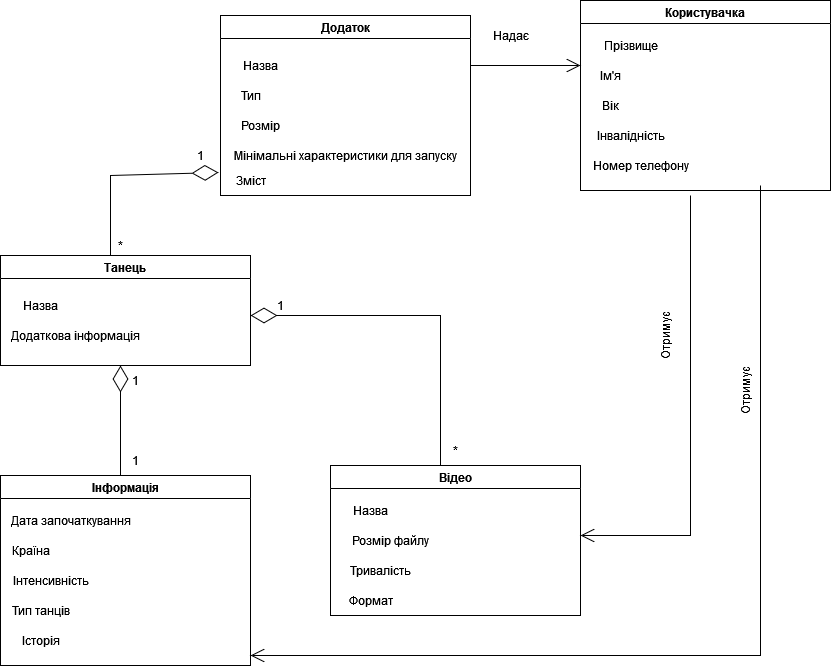
The draw.io diagram 2-SoftwareDesign/2.1-UMLConceptClasses/Диаграмма без названия.drawio.png in oleksandrblazhko/eai205-shapovalova, before a commit. Source tidied: cells renumbered, new cells last; positions are measured from the earlier drawing's top-left corner, leaving out a move shared by most shapes. Source of this version:
```xml
<mxGraphModel>
  <root>
    <mxCell id="0" />
    <mxCell id="1" parent="0" />
    <mxCell id="2" value="Додаток" style="swimlane;" parent="1" vertex="1">
      <mxGeometry x="220" y="15" width="250" height="180" as="geometry" />
    </mxCell>
    <mxCell id="3" value="Тип" style="text;html=1;align=center;verticalAlign=middle;strokeColor=none;fillColor=none;" parent="2" vertex="1">
      <mxGeometry x="10" y="65" width="40" height="30" as="geometry" />
    </mxCell>
    <mxCell id="4" value="Розмір" style="text;html=1;align=center;verticalAlign=middle;strokeColor=none;fillColor=none;" parent="2" vertex="1">
      <mxGeometry x="10" y="95" width="60" height="30" as="geometry" />
    </mxCell>
    <mxCell id="5" value="Мінімальні характеристики для запуску" style="text;html=1;align=center;verticalAlign=middle;points=[];strokeColor=none;fillColor=none;" parent="2" vertex="1">
      <mxGeometry y="125" width="250" height="30" as="geometry" />
    </mxCell>
    <mxCell id="6" value="Зміст" style="text;html=1;align=center;verticalAlign=middle;strokeColor=none;fillColor=none;" parent="2" vertex="1">
      <mxGeometry x="5" y="150" width="50" height="30" as="geometry" />
    </mxCell>
    <mxCell id="7" value="Назва" style="text;html=1;align=center;verticalAlign=middle;strokeColor=none;fillColor=none;" parent="1" vertex="1">
      <mxGeometry x="230" y="50" width="60" height="30" as="geometry" />
    </mxCell>
    <mxCell id="8" value="Танець" style="swimlane;" parent="1" vertex="1">
      <mxGeometry y="255" width="250" height="110" as="geometry" />
    </mxCell>
    <mxCell id="9" value="Додаткова інформація" style="text;html=1;align=center;verticalAlign=middle;strokeColor=none;fillColor=none;" parent="8" vertex="1">
      <mxGeometry y="65" width="150" height="30" as="geometry" />
    </mxCell>
    <mxCell id="10" value="Назва" style="text;html=1;align=center;verticalAlign=middle;strokeColor=none;fillColor=none;" parent="1" vertex="1">
      <mxGeometry x="10" y="290" width="60" height="30" as="geometry" />
    </mxCell>
    <mxCell id="11" value="Інформація" style="swimlane;" parent="1" vertex="1">
      <mxGeometry y="475" width="250" height="190" as="geometry" />
    </mxCell>
    <mxCell id="12" value="Дата започаткування" style="text;html=1;align=center;verticalAlign=middle;strokeColor=none;fillColor=none;" parent="11" vertex="1">
      <mxGeometry y="30" width="140" height="30" as="geometry" />
    </mxCell>
    <mxCell id="13" value="Країна" style="text;html=1;align=center;verticalAlign=middle;strokeColor=none;fillColor=none;" parent="11" vertex="1">
      <mxGeometry y="60" width="60" height="30" as="geometry" />
    </mxCell>
    <mxCell id="14" value="Інтенсивність" style="text;html=1;align=center;verticalAlign=middle;strokeColor=none;fillColor=none;" parent="11" vertex="1">
      <mxGeometry y="90" width="100" height="30" as="geometry" />
    </mxCell>
    <mxCell id="15" value="Тип танців" style="text;html=1;align=center;verticalAlign=middle;strokeColor=none;fillColor=none;" parent="11" vertex="1">
      <mxGeometry y="120" width="80" height="30" as="geometry" />
    </mxCell>
    <mxCell id="16" value="Історія" style="text;html=1;align=center;verticalAlign=middle;strokeColor=none;fillColor=none;" parent="11" vertex="1">
      <mxGeometry x="10" y="150" width="60" height="30" as="geometry" />
    </mxCell>
    <mxCell id="17" style="endArrow=diamondThin;endFill=0;endSize=24;html=1;rounded=0;" parent="1" edge="1">
      <mxGeometry relative="1" as="geometry">
        <mxPoint x="120" y="475" as="sourcePoint" />
        <mxPoint x="120" y="365" as="targetPoint" />
      </mxGeometry>
    </mxCell>
    <mxCell id="18" value="Користувачка" style="swimlane;" parent="1" vertex="1">
      <mxGeometry x="580" width="250" height="190" as="geometry" />
    </mxCell>
    <mxCell id="19" value="Прізвище" style="text;html=1;align=center;verticalAlign=middle;strokeColor=none;fillColor=none;" parent="18" vertex="1">
      <mxGeometry x="10" y="30" width="80" height="30" as="geometry" />
    </mxCell>
    <mxCell id="20" value="Ім'я" style="text;html=1;align=center;verticalAlign=middle;strokeColor=none;fillColor=none;" parent="18" vertex="1">
      <mxGeometry x="10" y="60" width="40" height="30" as="geometry" />
    </mxCell>
    <mxCell id="21" value="Вік" style="text;html=1;align=center;verticalAlign=middle;strokeColor=none;fillColor=none;" parent="18" vertex="1">
      <mxGeometry x="10" y="90" width="40" height="30" as="geometry" />
    </mxCell>
    <mxCell id="22" value="Інвалідність" style="text;html=1;align=center;verticalAlign=middle;strokeColor=none;fillColor=none;" parent="18" vertex="1">
      <mxGeometry x="5" y="120" width="90" height="30" as="geometry" />
    </mxCell>
    <mxCell id="23" value="Номер телефону" style="text;html=1;align=center;verticalAlign=middle;strokeColor=none;fillColor=none;" parent="18" vertex="1">
      <mxGeometry y="150" width="120" height="30" as="geometry" />
    </mxCell>
    <mxCell id="24" value="Відео" style="swimlane;" parent="1" vertex="1">
      <mxGeometry x="330" y="465" width="250" height="150" as="geometry" />
    </mxCell>
    <mxCell id="25" value="Назва" style="text;html=1;align=center;verticalAlign=middle;strokeColor=none;fillColor=none;" parent="24" vertex="1">
      <mxGeometry x="10" y="30" width="60" height="30" as="geometry" />
    </mxCell>
    <mxCell id="26" value="Розмір файлу" style="text;html=1;align=center;verticalAlign=middle;strokeColor=none;fillColor=none;" parent="24" vertex="1">
      <mxGeometry x="10" y="60" width="100" height="30" as="geometry" />
    </mxCell>
    <mxCell id="27" value="Тривалість" style="text;html=1;align=center;verticalAlign=middle;strokeColor=none;fillColor=none;" parent="24" vertex="1">
      <mxGeometry x="10" y="90" width="80" height="30" as="geometry" />
    </mxCell>
    <mxCell id="28" value="Формат" style="text;html=1;align=center;verticalAlign=middle;strokeColor=none;fillColor=none;" parent="24" vertex="1">
      <mxGeometry x="5" y="120" width="70" height="30" as="geometry" />
    </mxCell>
    <mxCell id="29" style="endArrow=open;endFill=1;endSize=12;html=1;rounded=0;" parent="1" edge="1">
      <mxGeometry relative="1" as="geometry">
        <mxPoint x="470" y="65" as="sourcePoint" />
        <mxPoint x="580" y="65" as="targetPoint" />
      </mxGeometry>
    </mxCell>
    <mxCell id="30" value="Надає" style="text;html=1;align=center;verticalAlign=middle;strokeColor=none;fillColor=none;" parent="1" vertex="1">
      <mxGeometry x="480" y="20" width="60" height="30" as="geometry" />
    </mxCell>
    <mxCell id="31" style="endArrow=diamondThin;endFill=0;endSize=24;html=1;rounded=0;entryX=-0.008;entryY=1.067;entryDx=0;entryDy=0;entryPerimeter=0;" parent="1" edge="1" target="5">
      <mxGeometry relative="1" as="geometry">
        <mxPoint x="110" y="255" as="sourcePoint" />
        <Array as="points">
          <mxPoint x="110" y="175" />
        </Array>
      </mxGeometry>
    </mxCell>
    <mxCell id="32" style="endArrow=diamondThin;endFill=0;endSize=24;html=1;rounded=0;exitX=0.44;exitY=0;exitDx=0;exitDy=0;exitPerimeter=0;" parent="1" edge="1" source="24">
      <mxGeometry relative="1" as="geometry">
        <mxPoint x="250" y="315" as="targetPoint" />
        <Array as="points">
          <mxPoint x="440" y="315" />
        </Array>
      </mxGeometry>
    </mxCell>
    <mxCell id="33" value="1" style="text;html=1;align=center;verticalAlign=middle;strokeColor=none;fillColor=none;" parent="1" vertex="1">
      <mxGeometry x="120" y="445" width="30" height="30" as="geometry" />
    </mxCell>
    <mxCell id="34" value="1" style="text;html=1;align=center;verticalAlign=middle;strokeColor=none;fillColor=none;" parent="1" vertex="1">
      <mxGeometry x="120" y="365" width="30" height="30" as="geometry" />
    </mxCell>
    <mxCell id="35" value="*" style="text;html=1;align=center;verticalAlign=middle;strokeColor=none;fillColor=none;" parent="1" vertex="1">
      <mxGeometry x="440" y="435" width="30" height="30" as="geometry" />
    </mxCell>
    <mxCell id="36" value="1" style="text;html=1;align=center;verticalAlign=middle;strokeColor=none;fillColor=none;" parent="1" vertex="1">
      <mxGeometry x="265" y="290" width="30" height="30" as="geometry" />
    </mxCell>
    <mxCell id="37" value="1" style="text;html=1;align=center;verticalAlign=middle;strokeColor=none;fillColor=none;" parent="1" vertex="1">
      <mxGeometry x="185" y="140" width="30" height="30" as="geometry" />
    </mxCell>
    <mxCell id="38" value="*" style="text;html=1;align=center;verticalAlign=middle;strokeColor=none;fillColor=none;" parent="1" vertex="1">
      <mxGeometry x="105" y="230" width="30" height="30" as="geometry" />
    </mxCell>
    <mxCell id="39" style="endArrow=open;endFill=1;endSize=12;html=1;rounded=0;" parent="1" edge="1">
      <mxGeometry relative="1" as="geometry">
        <mxPoint x="690" y="195" as="sourcePoint" />
        <mxPoint x="580" y="535" as="targetPoint" />
        <Array as="points">
          <mxPoint x="690" y="535" />
        </Array>
      </mxGeometry>
    </mxCell>
    <mxCell id="40" value="Отримує" style="text;html=1;align=center;verticalAlign=middle;strokeColor=none;fillColor=none;rotation=-90;" parent="1" vertex="1">
      <mxGeometry x="630" y="320" width="70" height="30" as="geometry" />
    </mxCell>
    <mxCell id="41" style="endArrow=open;endFill=1;endSize=12;html=1;rounded=0;" parent="1" edge="1">
      <mxGeometry relative="1" as="geometry">
        <mxPoint x="760" y="185" as="sourcePoint" />
        <mxPoint x="250" y="655" as="targetPoint" />
        <Array as="points">
          <mxPoint x="760" y="655" />
        </Array>
      </mxGeometry>
    </mxCell>
    <mxCell id="42" value="Отримує" style="text;html=1;align=center;verticalAlign=middle;strokeColor=none;fillColor=none;rotation=-90;" parent="1" vertex="1">
      <mxGeometry x="710" y="375" width="70" height="30" as="geometry" />
    </mxCell>
  </root>
</mxGraphModel>
```
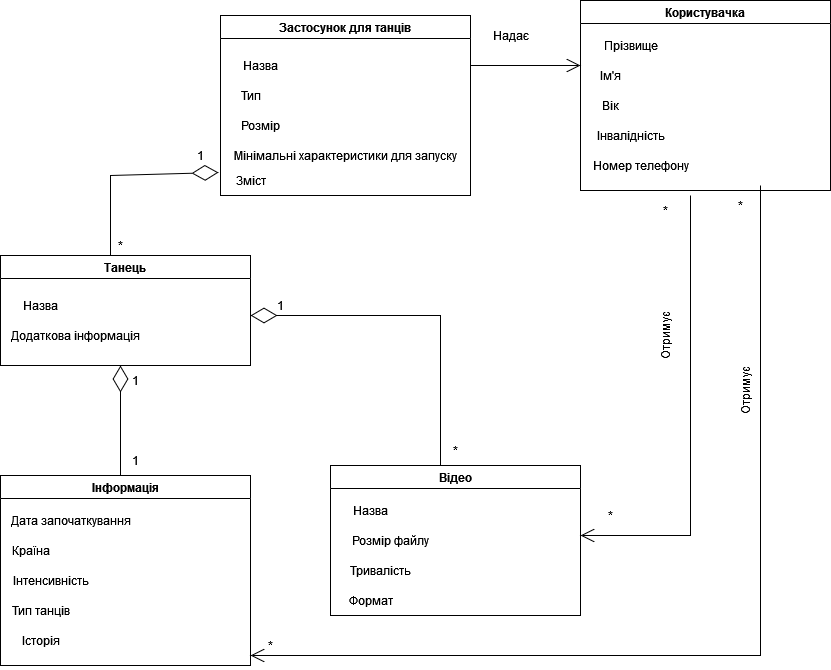
After the commit.

Change to the diagram source:
```diff
@@ -2,7 +2,7 @@
   <root>
     <mxCell id="0" />
     <mxCell id="1" parent="0" />
-    <mxCell id="2" value="Додаток" style="swimlane;" parent="1" vertex="1">
+    <mxCell id="2" value="Застосунок для танців" style="swimlane;" parent="1" vertex="1">
       <mxGeometry x="220" y="15" width="250" height="180" as="geometry" />
     </mxCell>
     <mxCell id="3" value="Тип" style="text;html=1;align=center;verticalAlign=middle;strokeColor=none;fillColor=none;" parent="2" vertex="1">
@@ -153,5 +153,17 @@
     <mxCell id="42" value="Отримує" style="text;html=1;align=center;verticalAlign=middle;strokeColor=none;fillColor=none;rotation=-90;" parent="1" vertex="1">
       <mxGeometry x="710" y="375" width="70" height="30" as="geometry" />
     </mxCell>
+    <mxCell id="43" value="*" style="text;html=1;align=center;verticalAlign=middle;strokeColor=none;fillColor=none;" parent="1" vertex="1">
+      <mxGeometry x="650" y="195" width="30" height="30" as="geometry" />
+    </mxCell>
+    <mxCell id="44" value="*" style="text;html=1;align=center;verticalAlign=middle;strokeColor=none;fillColor=none;" parent="1" vertex="1">
+      <mxGeometry x="595" y="500" width="30" height="30" as="geometry" />
+    </mxCell>
+    <mxCell id="45" value="*" style="text;html=1;align=center;verticalAlign=middle;strokeColor=none;fillColor=none;" parent="1" vertex="1">
+      <mxGeometry x="255" y="630" width="30" height="30" as="geometry" />
+    </mxCell>
+    <mxCell id="46" value="*" style="text;html=1;align=center;verticalAlign=middle;strokeColor=none;fillColor=none;" parent="1" vertex="1">
+      <mxGeometry x="725" y="190" width="30" height="30" as="geometry" />
+    </mxCell>
   </root>
 </mxGraphModel>
```
